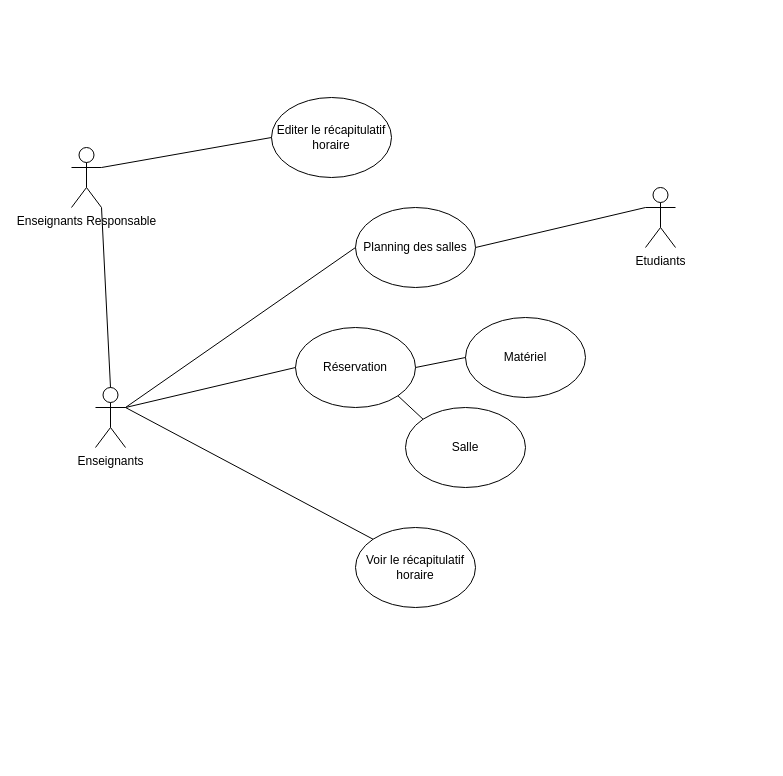
Before: Ex1.drawio in julienLeuenberger/test-cpp, a draw.io diagram. Source tidied: cells renumbered, new cells numbered last; positions are measured from the earlier drawing's top-left corner, leaving out a move shared by most shapes. Both pictures are drawn from the tidied source at 100%, with x=0, y=0 at pixel (71, 97).
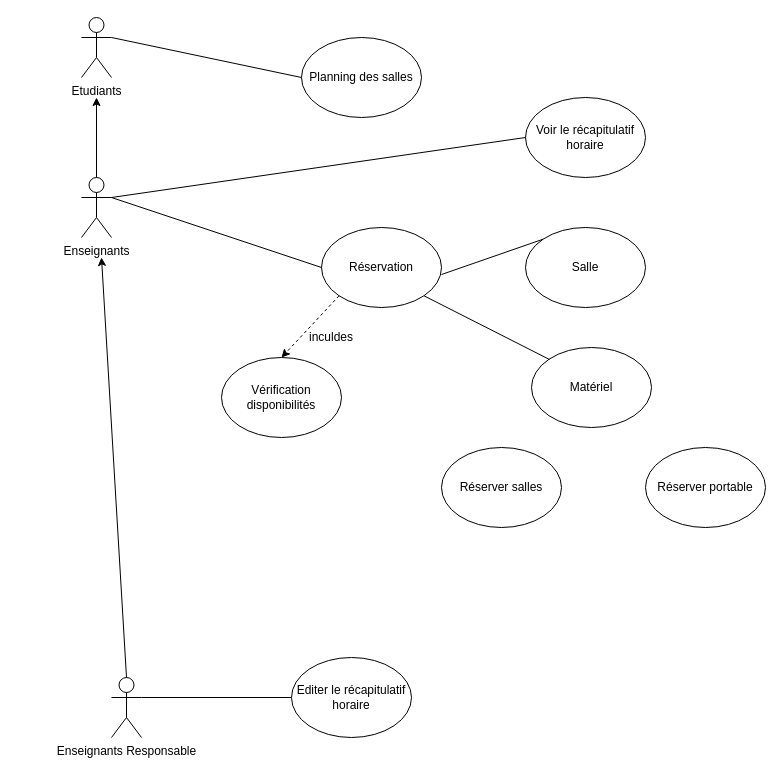
The same page after the edit.

The edit, as a diff of the source:
```diff
@@
     <mxCell id="2" value="Enseignants" style="shape=umlActor;verticalLabelPosition=bottom;verticalAlign=top;html=1;outlineConnect=0;" parent="1" vertex="1">
-      <mxGeometry x="24" y="290" width="30" height="60" as="geometry" />
+      <mxGeometry x="10" y="80" width="30" height="60" as="geometry" />
     </mxCell>
     <mxCell id="3" value="Etudiants" style="shape=umlActor;verticalLabelPosition=bottom;verticalAlign=top;html=1;outlineConnect=0;" parent="1" vertex="1">
-      <mxGeometry x="574" y="90" width="30" height="60" as="geometry" />
+      <mxGeometry x="10" y="-80" width="30" height="60" as="geometry" />
     </mxCell>
     <mxCell id="4" value="Salle" style="ellipse;whiteSpace=wrap;html=1;" parent="1" vertex="1">
-      <mxGeometry x="334" y="310" width="120" height="80" as="geometry" />
+      <mxGeometry x="454" y="130" width="120" height="80" as="geometry" />
     </mxCell>
     <mxCell id="5" value="Réservation" style="ellipse;whiteSpace=wrap;html=1;" parent="1" vertex="1">
-      <mxGeometry x="224" y="230" width="120" height="80" as="geometry" />
+      <mxGeometry x="250" y="130" width="120" height="80" as="geometry" />
     </mxCell>
     <mxCell id="6" value="Planning des salles" style="ellipse;whiteSpace=wrap;html=1;" parent="1" vertex="1">
-      <mxGeometry x="284" y="110" width="120" height="80" as="geometry" />
+      <mxGeometry x="230" y="-60" width="120" height="80" as="geometry" />
     </mxCell>
     <mxCell id="7" value="Voir le récapitulatif horaire" style="ellipse;whiteSpace=wrap;html=1;" parent="1" vertex="1">
-      <mxGeometry x="284" y="430" width="120" height="80" as="geometry" />
+      <mxGeometry x="454" width="120" height="80" as="geometry" />
     </mxCell>
     <mxCell id="8" value="Enseignants Responsable" style="shape=umlActor;verticalLabelPosition=bottom;verticalAlign=top;html=1;outlineConnect=0;" parent="1" vertex="1">
-      <mxGeometry y="50" width="30" height="60" as="geometry" />
+      <mxGeometry x="40" y="580" width="30" height="60" as="geometry" />
     </mxCell>
     <mxCell id="9" value="Editer&amp;nbsp;le récapitulatif horaire" style="ellipse;whiteSpace=wrap;html=1;" parent="1" vertex="1">
-      <mxGeometry x="200" width="120" height="80" as="geometry" />
+      <mxGeometry x="220" y="560" width="120" height="80" as="geometry" />
     </mxCell>
@@
-    <mxCell id="11" style="endArrow=none;html=1;entryX=0;entryY=0.5;entryDx=0;entryDy=0;" parent="1" edge="1" target="6">
-      <mxGeometry relative="1" as="geometry">
-        <mxPoint x="54" y="310" as="sourcePoint" />
-      </mxGeometry>
+    <mxCell id="11" style="endArrow=none;html=1;entryX=0;entryY=0.5;entryDx=0;entryDy=0;exitX=1;exitY=0.3333333333333333;exitDx=0;exitDy=0;exitPerimeter=0;" parent="1" edge="1" source="3" target="6">
+      <mxGeometry relative="1" as="geometry" />
     </mxCell>
-    <mxCell id="12" style="endArrow=none;html=1;entryX=0;entryY=0;entryDx=0;entryDy=0;" parent="1" edge="1" target="7">
+    <mxCell id="12" style="endArrow=none;html=1;entryX=0;entryY=0.5;entryDx=0;entryDy=0;" parent="1" edge="1" target="7">
       <mxGeometry relative="1" as="geometry">
-        <mxPoint x="54" y="310" as="sourcePoint" />
+        <mxPoint x="40" y="100" as="sourcePoint" />
       </mxGeometry>
     </mxCell>
@@
     <mxCell id="14" value="Matériel" style="ellipse;whiteSpace=wrap;html=1;" parent="1" vertex="1">
-      <mxGeometry x="394" y="220" width="120" height="80" as="geometry" />
+      <mxGeometry x="460" y="250" width="120" height="80" as="geometry" />
     </mxCell>
-    <mxCell id="15" style="endArrow=none;html=1;exitX=0;exitY=0.3333333333333333;exitDx=0;exitDy=0;exitPerimeter=0;entryX=1;entryY=0.5;entryDx=0;entryDy=0;" parent="1" edge="1" source="3" target="6">
-      <mxGeometry relative="1" as="geometry" />
-    </mxCell>
-    <mxCell id="16" style="endArrow=none;html=1;exitX=0;exitY=0.5;exitDx=0;exitDy=0;entryX=1;entryY=0.5;entryDx=0;entryDy=0;" parent="1" edge="1" source="14" target="5">
-      <mxGeometry relative="1" as="geometry" />
+    <mxCell id="16" style="endArrow=none;html=1;entryX=1;entryY=1;entryDx=0;entryDy=0;" parent="1" edge="1" target="5">
+      <mxGeometry relative="1" as="geometry">
+        <mxPoint x="478" y="262" as="sourcePoint" />
+      </mxGeometry>
     </mxCell>
-    <mxCell id="17" style="endArrow=none;html=1;exitX=0;exitY=0;exitDx=0;exitDy=0;entryX=1;entryY=1;entryDx=0;entryDy=0;" parent="1" edge="1" source="4" target="5">
-      <mxGeometry relative="1" as="geometry" />
+    <mxCell id="17" style="endArrow=none;html=1;exitX=0;exitY=0;exitDx=0;exitDy=0;" parent="1" edge="1" source="4">
+      <mxGeometry relative="1" as="geometry">
+        <mxPoint x="370" y="177" as="targetPoint" />
+      </mxGeometry>
     </mxCell>
-    <mxCell id="18" style="endArrow=none;html=1;entryX=1;entryY=1;entryDx=0;entryDy=0;entryPerimeter=0;exitX=0.5;exitY=0;exitDx=0;exitDy=0;exitPerimeter=0;" parent="1" edge="1" source="2" target="8">
-      <mxGeometry relative="1" as="geometry" />
-    </mxCell>
+    <mxCell id="19" value="Vérification disponibilités" style="ellipse;whiteSpace=wrap;html=1;" parent="1" vertex="1">
+      <mxGeometry x="150" y="260" width="120" height="80" as="geometry" />
+    </mxCell>
+    <mxCell id="20" style="endArrow=classic;html=1;exitX=0;exitY=1;exitDx=0;exitDy=0;entryX=0.5;entryY=0;entryDx=0;entryDy=0;dashed=1;" parent="1" edge="1" source="5" target="19">
+      <mxGeometry relative="1" as="geometry" />
+    </mxCell>
+    <mxCell id="21" value="inculdes" style="text;html=1;strokeColor=none;fillColor=none;align=center;verticalAlign=middle;whiteSpace=wrap;rounded=0;" parent="1" vertex="1">
+      <mxGeometry x="240" y="230" width="40" height="20" as="geometry" />
+    </mxCell>
+    <mxCell id="22" value="Réserver salles" style="ellipse;whiteSpace=wrap;html=1;" parent="1" vertex="1">
+      <mxGeometry x="370" y="350" width="120" height="80" as="geometry" />
+    </mxCell>
+    <mxCell id="23" value="Réserver portable" style="ellipse;whiteSpace=wrap;html=1;" parent="1" vertex="1">
+      <mxGeometry x="574" y="350" width="120" height="80" as="geometry" />
+    </mxCell>
+    <mxCell id="24" style="endArrow=classic;html=1;exitX=0.5;exitY=0;exitDx=0;exitDy=0;exitPerimeter=0;" parent="1" edge="1" source="8">
+      <mxGeometry relative="1" as="geometry">
+        <mxPoint x="30" y="160" as="targetPoint" />
+      </mxGeometry>
+    </mxCell>
+    <mxCell id="25" style="endArrow=classic;html=1;exitX=0.5;exitY=0;exitDx=0;exitDy=0;exitPerimeter=0;" parent="1" edge="1" source="2">
+      <mxGeometry relative="1" as="geometry">
+        <mxPoint x="25" as="targetPoint" />
+      </mxGeometry>
+    </mxCell>
```
